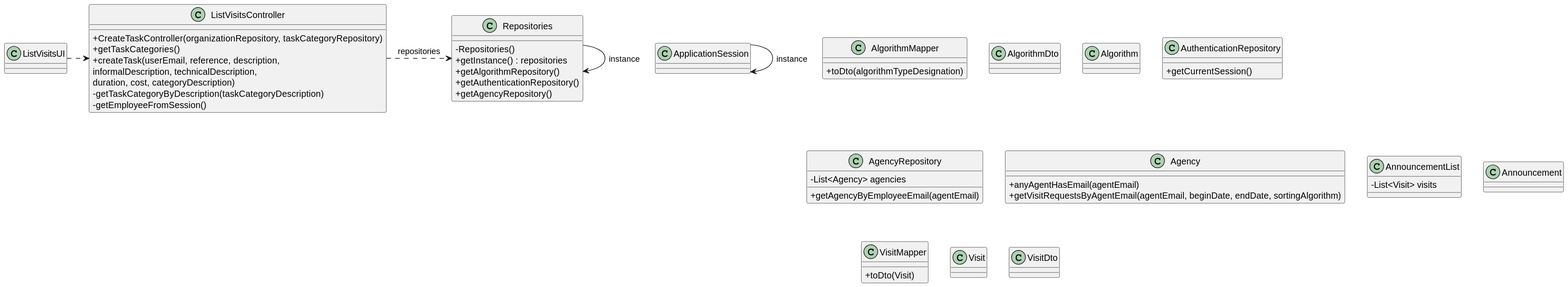
The PlantUML diagram docs/sprintD/us015/03.design/svg/us015-class-diagram.svg in rita-barbosa/LAPR2-2223, before a commit.
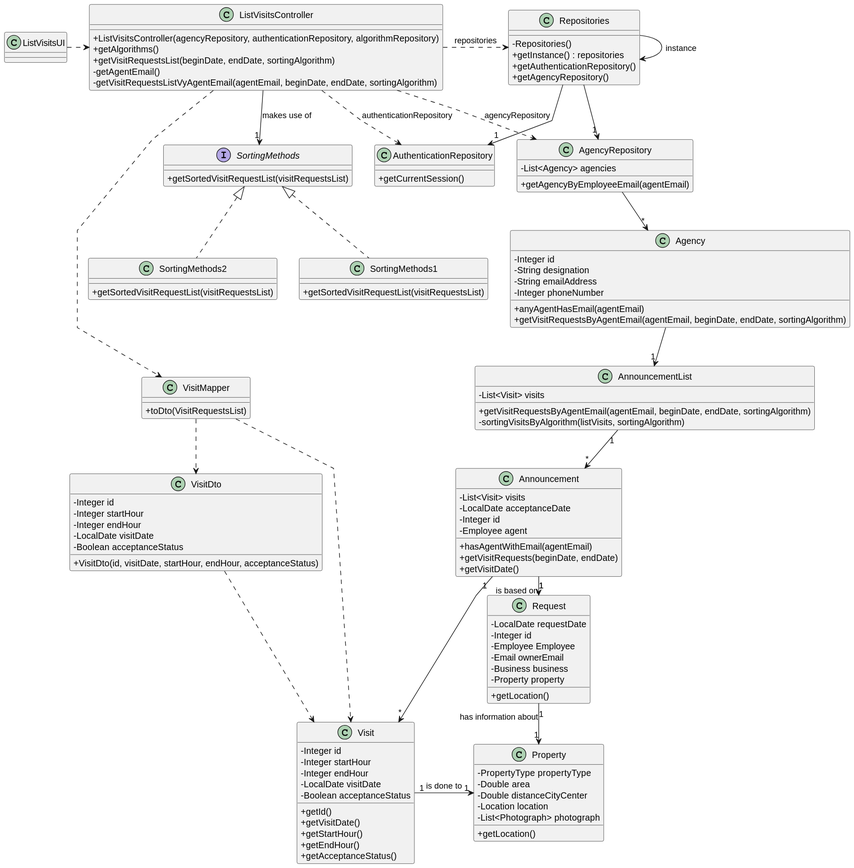
After the commit.

Commit message:
Update full SD and Class Diagram + SVG's [US015][Design]

Change to the diagram source:
```diff
@@ -5,40 +5,25 @@
 
 skinparam classAttributeIconSize 0
 
-
-
-
-
 class Repositories {
     - Repositories()
     + getInstance() : repositories
-    + getAlgorithmRepository()
     + getAuthenticationRepository()
     + getAgencyRepository()
 }
 
 class ListVisitsController {
-    + CreateTaskController(organizationRepository, taskCategoryRepository)
-    + getTaskCategories()
-    + createTask(userEmail, reference, description,\ninformalDescription, technicalDescription,\nduration, cost, categoryDescription)
-    - getTaskCategoryByDescription(taskCategoryDescription)
-    - getEmployeeFromSession()
+    + ListVisitsController(agencyRepository, authenticationRepository, algorithmRepository)
+    + getAlgorithms()
+    + getVisitRequestsList(beginDate, endDate, sortingAlgorithm)
+    - getAgentEmail()
+    - getVisitRequestsListVyAgentEmail(agentEmail, beginDate, endDate, sortingAlgorithm)
 }
 
-class AlgorithmMapper{
-+toDto(algorithmTypeDesignation)
-}
-
-class AlgorithmDto{
-}
-
-class Algorithm{
-}
 
 class AuthenticationRepository{
 +getCurrentSession()
 }
-
 
 class AgencyRepository{
 -List<Agency> agencies
@@ -47,36 +32,122 @@
 }
 
 class Agency{
+- Integer id
+- String designation
+- String emailAddress
+- Integer phoneNumber
 
-+anyAgentHasEmail(agentEmail)
-+getVisitRequestsByAgentEmail(agentEmail, beginDate, endDate, sortingAlgorithm)
++ anyAgentHasEmail(agentEmail)
++ getVisitRequestsByAgentEmail(agentEmail, beginDate, endDate, sortingAlgorithm)
 }
 
 class AnnouncementList{
--List<Visit> visits
+- List<Visit> visits
+
++ getVisitRequestsByAgentEmail(agentEmail, beginDate, endDate, sortingAlgorithm)
+- sortingVisitsByAlgorithm(listVisits, sortingAlgorithm)
 }
 
 class Announcement{
+    - List<Visit> visits
+    - LocalDate acceptanceDate
+    - Integer id
+    - Employee agent
+
++ hasAgentWithEmail(agentEmail)
++ getVisitRequests(beginDate, endDate)
++ getVisitDate()
 }
 
 class VisitMapper{
-+toDto(Visit)
++toDto(VisitRequestsList)
 }
 
 class Visit{
+- Integer id
+- Integer startHour
+- Integer endHour
+- LocalDate visitDate
+- Boolean acceptanceStatus
+
++getId()
++getVisitDate()
++getStartHour()
++getEndHour()
++getAcceptanceStatus()
 }
 
 class VisitDto{
+- Integer id
+- Integer startHour
+- Integer endHour
+- LocalDate visitDate
+- Boolean acceptanceStatus
+
++VisitDto(id, visitDate, startHour, endHour, acceptanceStatus)
 }
+
+class Request{
+- LocalDate requestDate
+- Integer id
+- Employee Employee
+- Email ownerEmail
+- Business business
+- Property property
+
++getLocation()
+}
+
+class Property{
+- PropertyType propertyType
+- Double area
+- Double distanceCityCenter
+- Location location
+- List<Photograph> photograph
+
++getLocation()
+}
+
+
+interface SortingMethods{
++getSortedVisitRequestList(visitRequestsList)
+}
+
+class SortingMethods1 implements SortingMethods{
++getSortedVisitRequestList(visitRequestsList)
+}
+
+class SortingMethods2 implements SortingMethods{
++getSortedVisitRequestList(visitRequestsList)
+}
+
 
 class ListVisitsUI {
 }
 
 
 Repositories -> Repositories : instance
-ApplicationSession -> ApplicationSession : instance
 
 ListVisitsUI .> ListVisitsController
 
 ListVisitsController .> Repositories : repositories
+
+ListVisitsController .> VisitMapper
+
+VisitMapper ..> VisitDto
+VisitDto ..> Visit
+VisitMapper ..> Visit
+
+ListVisitsController ..> AgencyRepository : agencyRepository
+ListVisitsController ..> AuthenticationRepository : authenticationRepository
+Repositories --> "1" AgencyRepository
+Repositories --> "1" AuthenticationRepository
+AgencyRepository --> "*" Agency
+Agency --> "1" AnnouncementList
+AnnouncementList "1" --> "*" Announcement
+Announcement "1"--> "*" Visit
+ListVisitsController --> "1"SortingMethods : makes use of
+Announcement "1" -> "1" Request : is based on
+Request "1" -> "1" Property : has information about
+Visit "1" -> "1" Property : is done to
 @enduml
```
